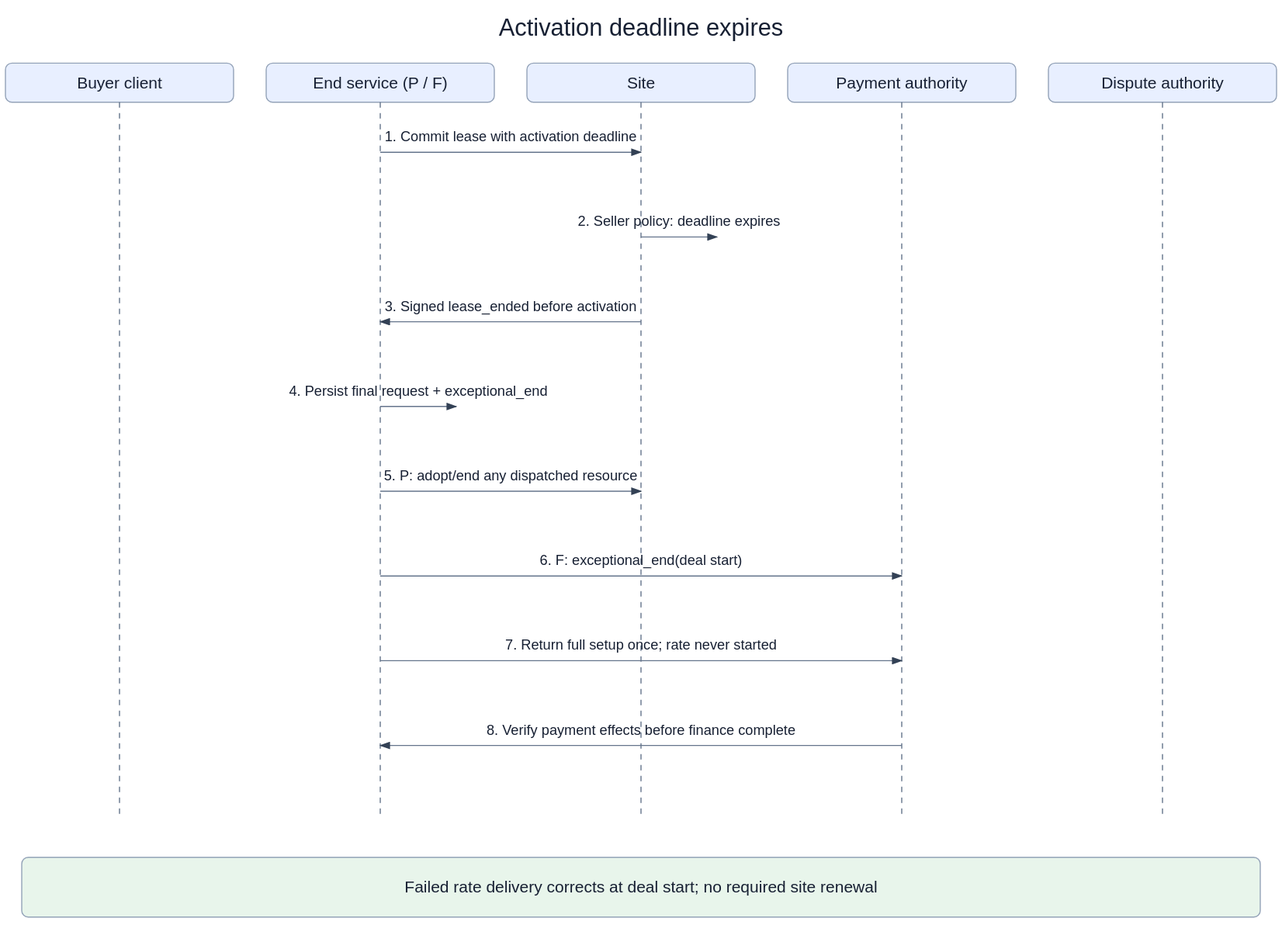
Above: openspec/changes/converge-ongoing-compute-leases/diagrams/05-prepaid-activation-deadline-expires.svg in arkhai-io/simple-compute-market (draw.io), before the change. Source tidied: cells renumbered, new cells last; positions are measured from the earlier drawing's top-left corner, leaving out a move shared by most shapes.
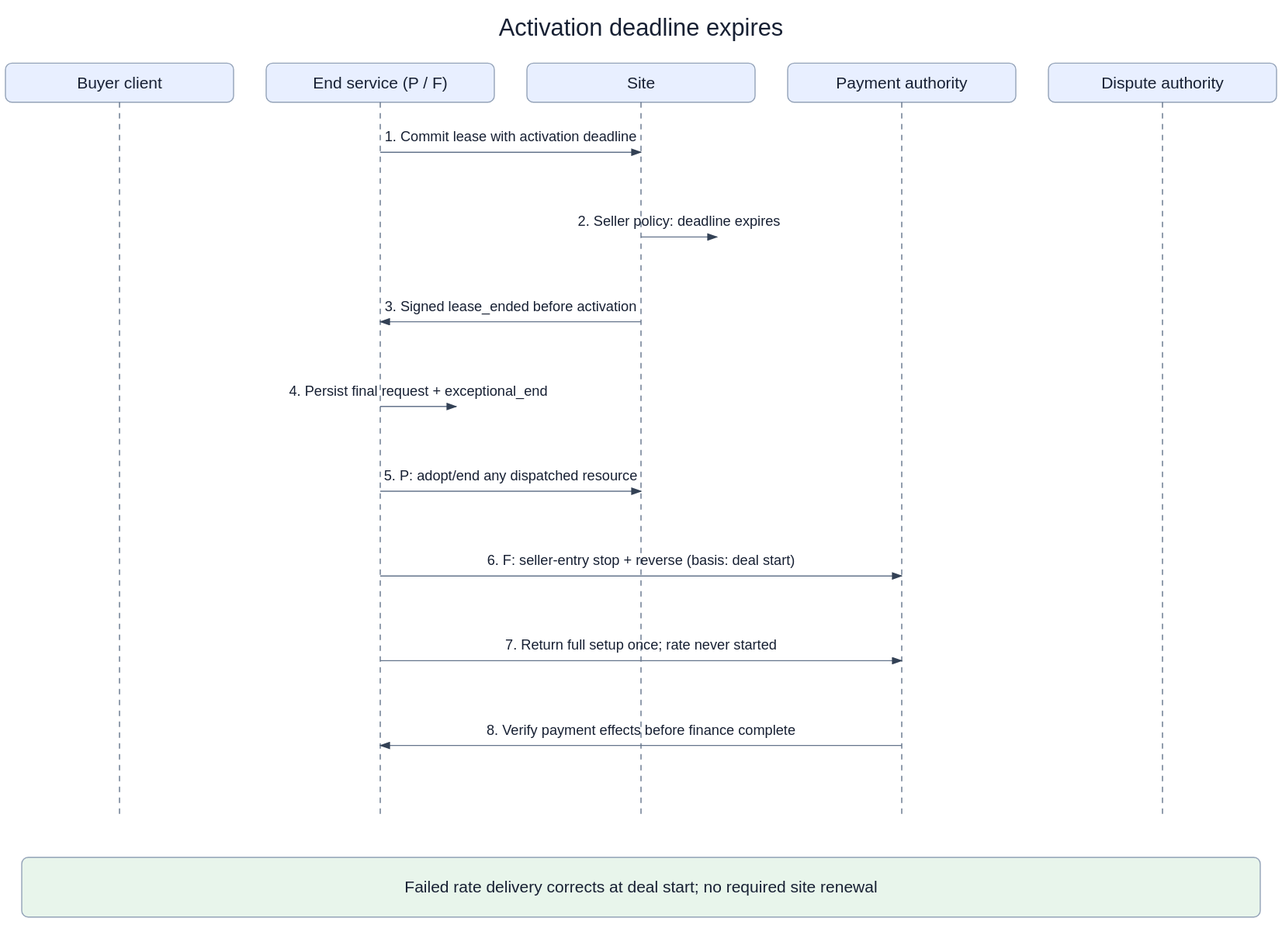
After the commit.

Change to the diagram source:
```diff
@@ -80,7 +80,7 @@
         <mxPoint x="585" y="442" as="targetPoint" />
       </mxGeometry>
     </mxCell>
-    <mxCell id="18" value="6. F: exceptional_end(deal start)" style="endArrow=block;fontSize=13;labelBackgroundColor=#ffffff;" parent="1" edge="1">
+    <mxCell id="18" value="6. F: seller-entry stop + reverse (basis: deal start)" style="endArrow=block;fontSize=13;labelBackgroundColor=#ffffff;" parent="1" edge="1">
       <mxGeometry relative="1" as="geometry">
         <mxPoint x="345" y="520" as="sourcePoint" />
         <mxPoint x="825" y="520" as="targetPoint" />
```
